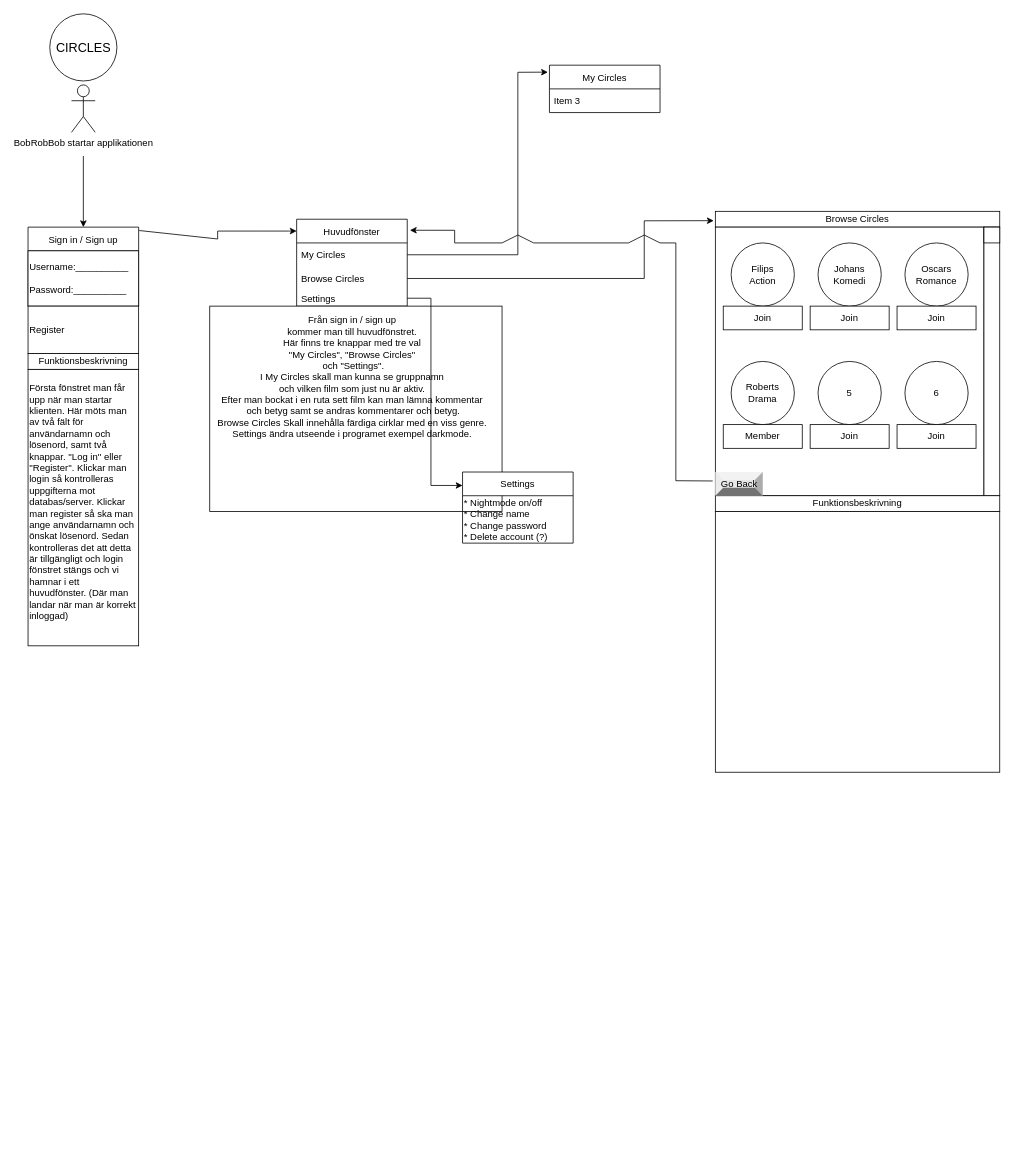
Before: Diagrams/mindmap.drawio in johanbergfalk/DAT055_circles, a draw.io diagram. Source tidied: cells renumbered, new cells numbered last; positions are measured from the earlier drawing's top-left corner, leaving out a move shared by most shapes. Both pictures are drawn from the tidied source at 79%, with x=0, y=0 at pixel (28, 13).
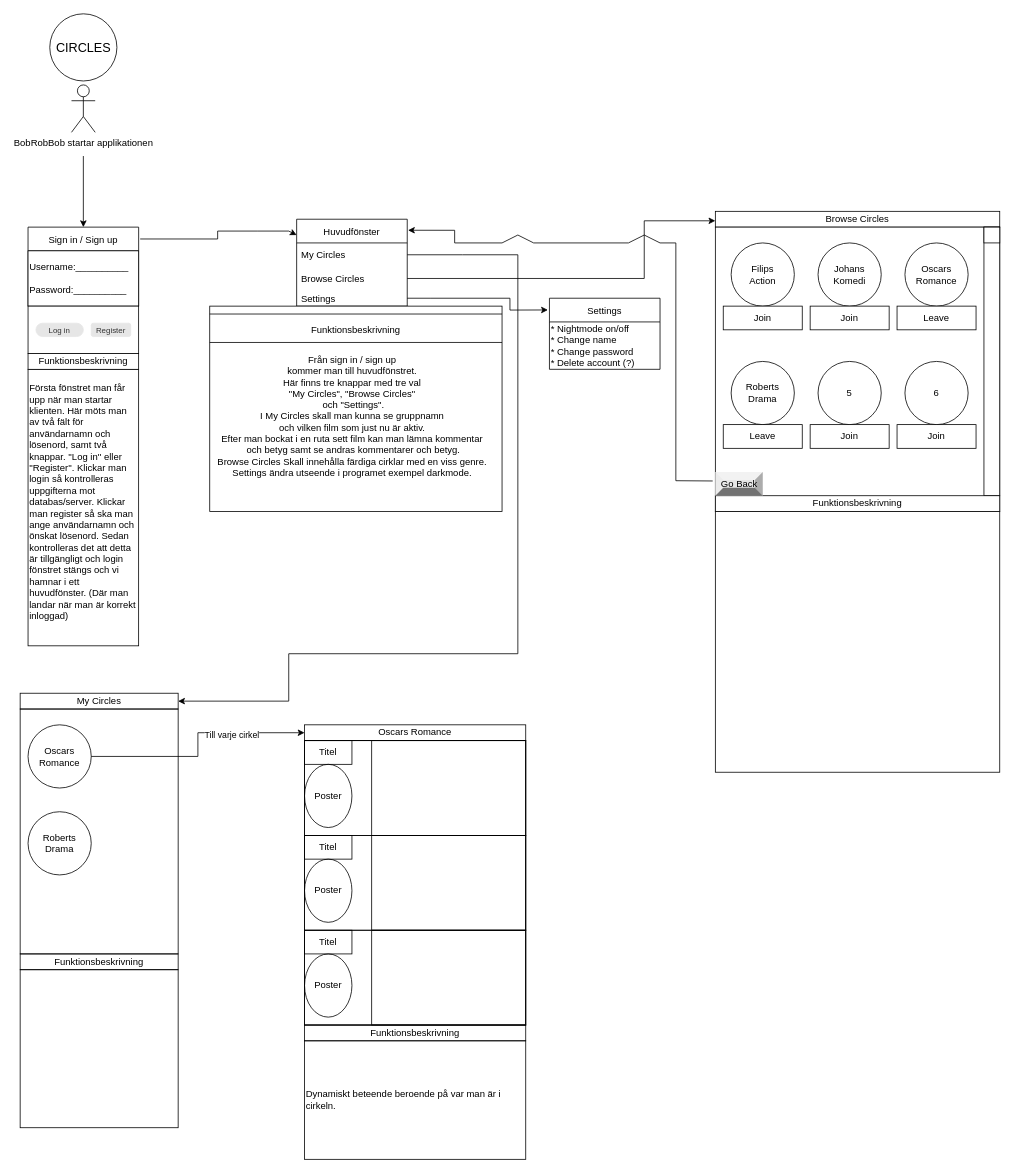
Above is the later version.

Unchanged cells that the change refers to:
```xml
<mxCell id="3" value="Sign in / Sign up" style="swimlane;fontStyle=0;horizontal=1;startSize=30;" parent="1" vertex="1">
  <mxGeometry y="270" width="140" height="100" as="geometry" />
</mxCell>
<mxCell id="5" value="Huvudfönster" style="swimlane;fontStyle=0;horizontal=1;startSize=30;" parent="1" vertex="1">
  <mxGeometry x="340" y="260" width="140" height="110" as="geometry" />
</mxCell>
<mxCell id="6" value="My Circles" style="text;strokeColor=none;fillColor=none;align=left;verticalAlign=middle;spacingLeft=4;spacingRight=4;overflow=hidden;points=[[0,0.5],[1,0.5]];portConstraint=eastwest;" parent="5" vertex="1">
  <mxGeometry y="30" width="140" height="30" as="geometry" />
</mxCell>
<mxCell id="7" value="Browse Circles" style="text;strokeColor=none;fillColor=none;align=left;verticalAlign=middle;spacingLeft=4;spacingRight=4;overflow=hidden;points=[[0,0.5],[1,0.5]];portConstraint=eastwest;" parent="5" vertex="1">
  <mxGeometry y="60" width="140" height="30" as="geometry" />
</mxCell>
<mxCell id="8" value="Settings " style="text;strokeColor=none;fillColor=none;align=left;verticalAlign=middle;spacingLeft=4;spacingRight=4;overflow=hidden;points=[[0,0.5],[1,0.5]];portConstraint=eastwest;" parent="5" vertex="1">
  <mxGeometry y="90" width="140" height="20" as="geometry" />
</mxCell>
<mxCell id="34" style="rounded=0;whiteSpace=wrap;html=1;" parent="1" vertex="1">
  <mxGeometry x="230" y="370" width="370" height="260" as="geometry" />
</mxCell>
<mxCell id="37" value="Go Back" style="labelPosition=center;verticalLabelPosition=middle;align=center;html=1;shape=mxgraph.basic.shaded_button;dx=10;fillColor=#E6E6E6;strokeColor=none;" parent="1" vertex="1">
  <mxGeometry x="870" y="580" width="60" height="30" as="geometry" />
</mxCell>
```

What changed in the source:
```diff
@@
-    <mxCell id="9" style="endArrow=classic;html=1;rounded=0;exitX=1.005;exitY=0.043;exitDx=0;exitDy=0;exitPerimeter=0;" parent="1" edge="1" source="3">
+    <mxCell id="9" style="endArrow=classic;html=1;rounded=0;exitX=1.014;exitY=0.15;exitDx=0;exitDy=0;exitPerimeter=0;" parent="1" edge="1" source="3" target="5">
       <mxGeometry relative="1" as="geometry">
-        <mxPoint x="340" y="275" as="targetPoint" />
         <Array as="points">
           <mxPoint x="240" y="285" />
           <mxPoint x="240" y="275" />
           <mxPoint x="290" y="275" />
           <mxPoint x="330" y="275" />
         </Array>
       </mxGeometry>
     </mxCell>
@@
-    <mxCell id="11" value="My Circles" style="swimlane;fontStyle=0;horizontal=1;startSize=30;" parent="1" vertex="1">
-      <mxGeometry x="660" y="65" width="140" height="60" as="geometry" />
-    </mxCell>
-    <mxCell id="12" value="Item 3" style="text;strokeColor=none;fillColor=none;align=left;verticalAlign=middle;spacingLeft=4;spacingRight=4;overflow=hidden;" parent="11" vertex="1">
-      <mxGeometry y="30" width="140" height="30" as="geometry" />
-    </mxCell>
     <mxCell id="13" style="whiteSpace=wrap;html=1;" parent="1" vertex="1">
-      <mxGeometry x="870" y="270" width="340" height="340" as="geometry" />
+      <mxGeometry x="870" y="270" width="360" height="360" as="geometry" />
     </mxCell>
-    <mxCell id="14" style="endArrow=classic;html=1;rounded=0;entryX=-0.014;entryY=0.147;entryDx=0;entryDy=0;entryPerimeter=0;exitX=1;exitY=0.5;exitDx=0;exitDy=0;" parent="1" edge="1" source="6" target="11">
+    <mxCell id="14" style="endArrow=classic;html=1;rounded=0;exitX=1;exitY=0.5;exitDx=0;exitDy=0;entryX=1;entryY=0.5;entryDx=0;entryDy=0;" parent="1" edge="1" source="6" target="11">
       <mxGeometry relative="1" as="geometry">
         <Array as="points">
+          <mxPoint x="550" y="305" />
           <mxPoint x="620" y="305" />
-          <mxPoint x="620" y="74" />
+          <mxPoint x="620" y="810" />
+          <mxPoint x="330" y="810" />
+          <mxPoint x="330" y="870" />
         </Array>
       </mxGeometry>
     </mxCell>
@@
-    <mxCell id="23" value="Join" style="rounded=0;whiteSpace=wrap;html=1;" parent="1" vertex="1">
+    <mxCell id="23" value="Leave" style="rounded=0;whiteSpace=wrap;html=1;" parent="1" vertex="1">
       <mxGeometry x="1100" y="370" width="100" height="30" as="geometry" />
     </mxCell>
-    <mxCell id="24" value="Member" style="rounded=0;whiteSpace=wrap;html=1;" parent="1" vertex="1">
+    <mxCell id="24" value="Leave" style="rounded=0;whiteSpace=wrap;html=1;" parent="1" vertex="1">
       <mxGeometry x="880" y="520" width="100" height="30" as="geometry" />
     </mxCell>
@@
-    <mxCell id="30" style="endArrow=classic;html=1;rounded=0;exitX=1;exitY=0.5;exitDx=0;exitDy=0;entryX=-0.006;entryY=-0.024;entryDx=0;entryDy=0;entryPerimeter=0;" parent="1" edge="1" source="7" target="13">
+    <mxCell id="30" style="endArrow=classic;html=1;rounded=0;exitX=1;exitY=0.5;exitDx=0;exitDy=0;" parent="1" edge="1" source="7">
       <mxGeometry relative="1" as="geometry">
+        <mxPoint x="870" y="262" as="targetPoint" />
         <Array as="points">
           <mxPoint x="780" y="335" />
           <mxPoint x="780" y="262" />
         </Array>
       </mxGeometry>
     </mxCell>
@@
     <mxCell id="36" value="Från sign in / sign up&lt;br&gt;kommer man till huvudfönstret. &lt;br&gt;Här finns tre knappar med tre val&lt;br&gt;&quot;My Circles&quot;, &quot;Browse Circles&quot;&lt;br&gt;&amp;nbsp;och &quot;Settings&quot;.&lt;br&gt;I My Circles skall man kunna se gruppnamn &lt;br&gt;och vilken film som just nu är aktiv. &lt;br&gt;Efter man bockat i en ruta sett film kan man lämna kommentar&lt;br&gt;&amp;nbsp;och betyg samt se andras kommentarer och betyg. &lt;br&gt;Browse Circles Skall innehålla färdiga cirklar med en viss genre.&lt;br&gt;Settings ändra utseende i programet exempel darkmode." style="text;html=1;align=center;verticalAlign=middle;strokeColor=none;fillColor=none;" parent="1" vertex="1">
-      <mxGeometry x="230" y="380" width="360" height="160" as="geometry" />
+      <mxGeometry x="230" y="430" width="360" height="160" as="geometry" />
     </mxCell>
@@
-    <mxCell id="38" value="Register" style="rounded=0;whiteSpace=wrap;html=1;align=left;" parent="1" vertex="1">
+    <mxCell id="38" style="rounded=0;whiteSpace=wrap;html=1;align=left;" parent="1" vertex="1">
       <mxGeometry y="370" width="140" height="60" as="geometry" />
     </mxCell>
     <mxCell id="39" value="Settings" style="swimlane;fontStyle=0;horizontal=1;startSize=30;" parent="1" vertex="1">
-      <mxGeometry x="550" y="580" width="140" height="90" as="geometry" />
+      <mxGeometry x="660" y="360" width="140" height="90" as="geometry" />
     </mxCell>
@@
-    <mxCell id="42" style="endArrow=classic;html=1;rounded=0;exitX=-0.056;exitY=0.378;exitDx=0;exitDy=0;exitPerimeter=0;entryX=1.024;entryY=0.127;entryDx=0;entryDy=0;entryPerimeter=0;" parent="1" edge="1" source="37" target="5">
+    <mxCell id="42" style="endArrow=classic;html=1;rounded=0;exitX=-0.056;exitY=0.378;exitDx=0;exitDy=0;exitPerimeter=0;entryX=1.007;entryY=0.127;entryDx=0;entryDy=0;entryPerimeter=0;" parent="1" edge="1" source="37" target="5">
       <mxGeometry relative="1" as="geometry">
         <Array as="points">
           <mxPoint x="820" y="591" />
           <mxPoint x="820" y="290" />
           <mxPoint x="800" y="290" />
           <mxPoint x="780" y="280" />
           <mxPoint x="760" y="290" />
           <mxPoint x="640" y="290" />
           <mxPoint x="620" y="280" />
           <mxPoint x="600" y="290" />
           <mxPoint x="540" y="290" />
           <mxPoint x="540" y="274" />
         </Array>
       </mxGeometry>
     </mxCell>
-    <mxCell id="43" style="endArrow=classic;html=1;rounded=0;exitX=1;exitY=0.5;exitDx=0;exitDy=0;" parent="1" edge="1" source="8">
+    <mxCell id="43" style="endArrow=classic;html=1;rounded=0;exitX=1;exitY=0.5;exitDx=0;exitDy=0;entryX=-0.014;entryY=0.165;entryDx=0;entryDy=0;entryPerimeter=0;" parent="1" edge="1" source="8" target="39">
       <mxGeometry relative="1" as="geometry">
-        <mxPoint x="550" y="597" as="targetPoint" />
         <Array as="points">
           <mxPoint x="510" y="360" />
-          <mxPoint x="510" y="597" />
+          <mxPoint x="610" y="360" />
+          <mxPoint x="610" y="375" />
         </Array>
       </mxGeometry>
     </mxCell>
+    <mxCell id="44" value="Log in&lt;br&gt;" style="rounded=1;html=1;shadow=0;dashed=0;whiteSpace=wrap;fontSize=10;fillColor=#E6E6E6;align=center;strokeColor=#E6E6E6;fontColor=#333333;arcSize=50;" parent="1" vertex="1">
+      <mxGeometry x="10" y="391.6" width="60" height="16.9" as="geometry" />
+    </mxCell>
+    <mxCell id="45" value="Register" style="rounded=1;html=1;shadow=0;dashed=0;whiteSpace=wrap;fontSize=10;fillColor=#E6E6E6;align=center;strokeColor=#E6E6E6;fontColor=#333333;" parent="1" vertex="1">
+      <mxGeometry x="80" y="391.6" width="50" height="16.9" as="geometry" />
+    </mxCell>
+    <mxCell id="46" value="Funktionsbeskrivning" style="text;html=1;strokeColor=none;fillColor=none;align=center;verticalAlign=middle;whiteSpace=wrap;rounded=0;" parent="1" vertex="1">
+      <mxGeometry x="275" y="385" width="280" height="30" as="geometry" />
+    </mxCell>
+    <mxCell id="47" style="endArrow=none;html=1;rounded=0;exitX=0;exitY=0.177;exitDx=0;exitDy=0;exitPerimeter=0;" parent="1" edge="1" source="34">
+      <mxGeometry relative="1" as="geometry">
+        <mxPoint x="600" y="416" as="targetPoint" />
+      </mxGeometry>
+    </mxCell>
+    <mxCell id="48" style="endArrow=none;html=1;rounded=0;exitX=0;exitY=0.177;exitDx=0;exitDy=0;exitPerimeter=0;" parent="1" edge="1">
+      <mxGeometry relative="1" as="geometry">
+        <mxPoint x="230" y="380" as="sourcePoint" />
+        <mxPoint x="600" y="380" as="targetPoint" />
+      </mxGeometry>
+    </mxCell>
+    <mxCell id="11" value="My Circles" style="rounded=0;whiteSpace=wrap;html=1;fillColor=none;" parent="1" vertex="1">
+      <mxGeometry x="-10" y="860" width="200" height="20" as="geometry" />
+    </mxCell>
+    <mxCell id="49" style="rounded=0;whiteSpace=wrap;html=1;fillColor=none;" parent="1" vertex="1">
+      <mxGeometry x="-10" y="880" width="200" height="310" as="geometry" />
+    </mxCell>
+    <mxCell id="50" style="edgeStyle=orthogonalEdgeStyle;rounded=0;jettySize=auto;html=1;exitX=1;exitY=0.5;exitDx=0;exitDy=0;entryX=0;entryY=0.5;entryDx=0;entryDy=0;" parent="1" edge="1" source="52" target="56">
+      <mxGeometry relative="1" as="geometry" />
+    </mxCell>
+    <mxCell id="51" value="Till varje cirkel" style="edgeLabel;html=1;align=center;verticalAlign=middle;" parent="50" vertex="1">
+      <mxGeometry x="0.38" y="-2" relative="1" as="geometry" />
+    </mxCell>
+    <mxCell id="52" value="Oscars&lt;br&gt;Romance" style="ellipse;whiteSpace=wrap;html=1;fillColor=none;" parent="1" vertex="1">
+      <mxGeometry y="900" width="80" height="80" as="geometry" />
+    </mxCell>
+    <mxCell id="53" value="Roberts&lt;br&gt;Drama" style="ellipse;whiteSpace=wrap;html=1;fillColor=none;" parent="1" vertex="1">
+      <mxGeometry y="1010" width="80" height="80" as="geometry" />
+    </mxCell>
+    <mxCell id="54" value="&lt;span&gt;Funktionsbeskrivning&lt;/span&gt;" style="rounded=0;whiteSpace=wrap;html=1;fillColor=none;" parent="1" vertex="1">
+      <mxGeometry x="-10" y="1190" width="200" height="20" as="geometry" />
+    </mxCell>
+    <mxCell id="55" style="whiteSpace=wrap;html=1;fillColor=none;" parent="1" vertex="1">
+      <mxGeometry x="-10" y="1210" width="200" height="200" as="geometry" />
+    </mxCell>
+    <mxCell id="56" value="Oscars Romance" style="rounded=0;whiteSpace=wrap;html=1;fillColor=none;" parent="1" vertex="1">
+      <mxGeometry x="350" y="900" width="280" height="20" as="geometry" />
+    </mxCell>
+    <mxCell id="57" style="rounded=0;whiteSpace=wrap;html=1;fillColor=none;" parent="1" vertex="1">
+      <mxGeometry x="350" y="920" width="280" height="360" as="geometry" />
+    </mxCell>
+    <mxCell id="58" style="rounded=0;whiteSpace=wrap;html=1;fillColor=none;" parent="1" vertex="1">
+      <mxGeometry x="350" y="920" width="280" height="120" as="geometry" />
+    </mxCell>
+    <mxCell id="59" style="rounded=0;whiteSpace=wrap;html=1;fillColor=none;" parent="1" vertex="1">
+      <mxGeometry x="350" y="1040" width="280" height="120" as="geometry" />
+    </mxCell>
+    <mxCell id="60" style="rounded=0;whiteSpace=wrap;html=1;fillColor=none;" parent="1" vertex="1">
+      <mxGeometry x="350" y="1160" width="280" height="120" as="geometry" />
+    </mxCell>
+    <mxCell id="61" value="Poster" style="ellipse;whiteSpace=wrap;html=1;fillColor=none;" parent="1" vertex="1">
+      <mxGeometry x="350" y="950" width="60" height="80" as="geometry" />
+    </mxCell>
+    <mxCell id="62" value="Poster" style="ellipse;whiteSpace=wrap;html=1;fillColor=none;" parent="1" vertex="1">
+      <mxGeometry x="350" y="1070" width="60" height="80" as="geometry" />
+    </mxCell>
+    <mxCell id="63" value="Poster" style="ellipse;whiteSpace=wrap;html=1;fillColor=none;" parent="1" vertex="1">
+      <mxGeometry x="350" y="1190" width="60" height="80" as="geometry" />
+    </mxCell>
+    <mxCell id="64" value="&lt;span&gt;Funktionsbeskrivning&lt;/span&gt;" style="rounded=0;whiteSpace=wrap;html=1;fillColor=none;" parent="1" vertex="1">
+      <mxGeometry x="350" y="1280" width="280" height="20" as="geometry" />
+    </mxCell>
+    <mxCell id="65" value="Dynamiskt beteende beroende på var man är i cirkeln." style="rounded=0;whiteSpace=wrap;html=1;fillColor=none;align=left;" parent="1" vertex="1">
+      <mxGeometry x="350" y="1300" width="280" height="150" as="geometry" />
+    </mxCell>
+    <mxCell id="66" value="Titel" style="rounded=0;whiteSpace=wrap;html=1;fillColor=none;" parent="1" vertex="1">
+      <mxGeometry x="350" y="920" width="60" height="30" as="geometry" />
+    </mxCell>
+    <mxCell id="67" value="Titel" style="rounded=0;whiteSpace=wrap;html=1;fillColor=none;" parent="1" vertex="1">
+      <mxGeometry x="350" y="1040" width="60" height="30" as="geometry" />
+    </mxCell>
+    <mxCell id="68" value="Titel" style="rounded=0;whiteSpace=wrap;html=1;fillColor=none;" parent="1" vertex="1">
+      <mxGeometry x="350" y="1160" width="60" height="30" as="geometry" />
+    </mxCell>
+    <mxCell id="69" style="rounded=0;whiteSpace=wrap;html=1;fillColor=none;" parent="1" vertex="1">
+      <mxGeometry x="435" y="920" width="195" height="120" as="geometry" />
+    </mxCell>
+    <mxCell id="70" style="rounded=0;whiteSpace=wrap;html=1;fillColor=none;" parent="1" vertex="1">
+      <mxGeometry x="435" y="1040" width="195" height="120" as="geometry" />
+    </mxCell>
+    <mxCell id="71" style="rounded=0;whiteSpace=wrap;html=1;fillColor=none;" parent="1" vertex="1">
+      <mxGeometry x="435" y="1160" width="195" height="120" as="geometry" />
+    </mxCell>
```
